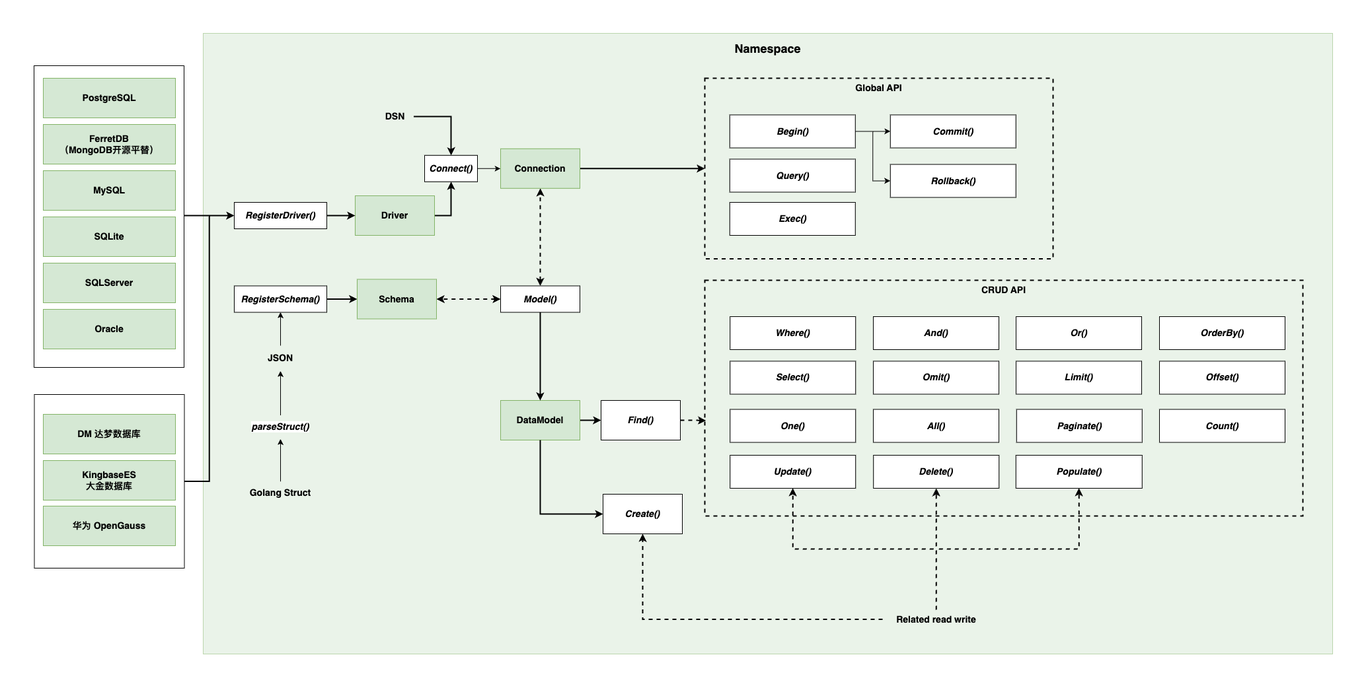
Earlier version of the draw.io export assets/architecture.png (iamdanielyin/dba). Source tidied: cells renumbered, new cells last; positions are measured from the earlier drawing's top-left corner, leaving out a move shared by most shapes.
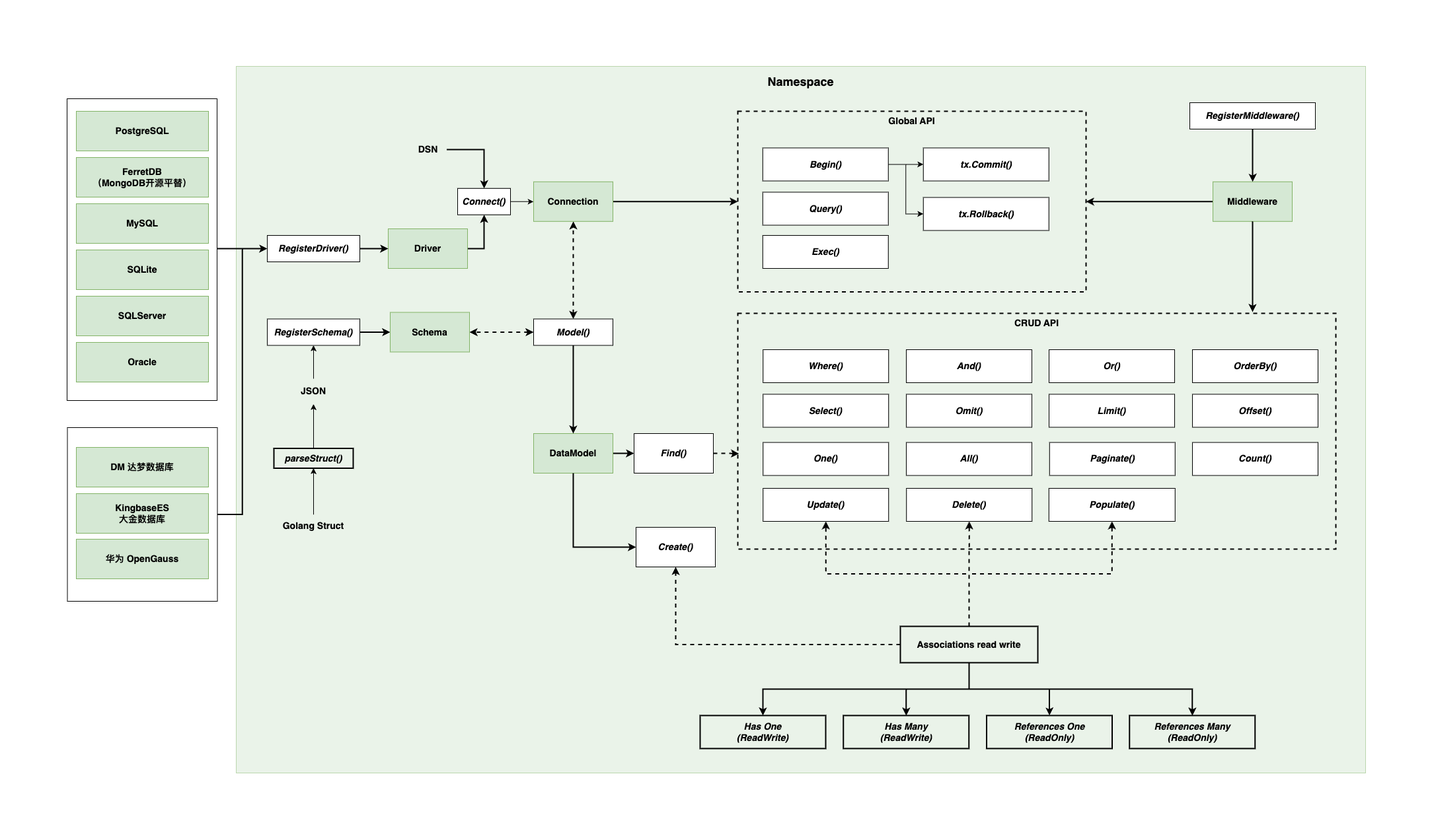
After the change.

Commit message:
chore: 更新设计文件

Change to the diagram source:
```diff
@@ -3,7 +3,7 @@
     <mxCell id="0" />
     <mxCell id="1" parent="0" />
     <mxCell id="2" value="Namespace" style="whiteSpace=wrap;html=1;verticalAlign=top;fontStyle=1;fillColor=#d5e8d4;strokeColor=#82b366;opacity=50;fillStyle=solid;spacing=8;fontSize=18;fontFamily=Helvetica;" parent="1" vertex="1">
-      <mxGeometry x="256" width="1709" height="940" as="geometry" />
+      <mxGeometry x="256" width="1709" height="1070" as="geometry" />
     </mxCell>
     <mxCell id="3" value="&lt;span style=&quot;&quot;&gt;CRUD API&lt;/span&gt;" style="rounded=0;whiteSpace=wrap;html=1;fontStyle=1;fontSize=14;verticalAlign=top;fillStyle=solid;align=center;fontFamily=Helvetica;labelBackgroundColor=none;fillColor=none;dashed=1;strokeWidth=2;" parent="1" vertex="1">
       <mxGeometry x="1015" y="374" width="905" height="357" as="geometry" />
@@ -88,8 +88,8 @@
     <mxCell id="29" style="edgeStyle=orthogonalEdgeStyle;rounded=0;hachureGap=4;jettySize=auto;html=1;fontFamily=Helvetica;fontSize=14;fontStyle=1;" parent="1" edge="1" source="30" target="8">
       <mxGeometry relative="1" as="geometry" />
     </mxCell>
-    <mxCell id="30" value="parseStruct()" style="rounded=0;whiteSpace=wrap;html=1;fontStyle=3;fontSize=14;strokeColor=none;fillColor=none;fontFamily=Helvetica;labelBackgroundColor=default;" parent="1" vertex="1">
-      <mxGeometry x="313" y="578.5" width="120" height="36" as="geometry" />
+    <mxCell id="30" value="parseStruct()" style="rounded=0;whiteSpace=wrap;html=1;fontStyle=3;fontSize=14;strokeColor=default;fillColor=none;fontFamily=Helvetica;labelBackgroundColor=none;strokeWidth=2;" parent="1" vertex="1">
+      <mxGeometry x="313" y="578.5" width="120" height="30" as="geometry" />
     </mxCell>
     <mxCell id="31" style="edgeStyle=orthogonalEdgeStyle;rounded=0;hachureGap=4;jettySize=auto;html=1;fontFamily=Helvetica;fontSize=14;fontStyle=1;exitX=1;exitY=0.5;exitDx=0;exitDy=0;strokeWidth=2;" parent="1" edge="1" source="32" target="11">
       <mxGeometry relative="1" as="geometry" />
@@ -124,10 +124,10 @@
     <mxCell id="41" value="Begin()" style="rounded=0;whiteSpace=wrap;html=1;fontStyle=3;fillStyle=solid;fontSize=14;align=center;verticalAlign=middle;fontFamily=Helvetica;" parent="1" vertex="1">
       <mxGeometry x="1052.8" y="123.5" width="190" height="50" as="geometry" />
     </mxCell>
-    <mxCell id="42" value="Rollback()" style="rounded=0;whiteSpace=wrap;html=1;fontStyle=3;fillStyle=solid;fontSize=14;align=center;verticalAlign=middle;fontFamily=Helvetica;" parent="1" vertex="1">
+    <mxCell id="42" value="tx.Rollback()" style="rounded=0;whiteSpace=wrap;html=1;fontStyle=3;fillStyle=solid;fontSize=14;align=center;verticalAlign=middle;fontFamily=Helvetica;" parent="1" vertex="1">
       <mxGeometry x="1295.8" y="198.5" width="190" height="50" as="geometry" />
     </mxCell>
-    <mxCell id="43" value="Commit()" style="rounded=0;whiteSpace=wrap;html=1;fontStyle=3;fillStyle=solid;fontSize=14;align=center;verticalAlign=middle;fontFamily=Helvetica;" parent="1" vertex="1">
+    <mxCell id="43" value="tx.Commit()" style="rounded=0;whiteSpace=wrap;html=1;fontStyle=3;fillStyle=solid;fontSize=14;align=center;verticalAlign=middle;fontFamily=Helvetica;" parent="1" vertex="1">
       <mxGeometry x="1295.8" y="123.5" width="190" height="50" as="geometry" />
     </mxCell>
     <mxCell id="44" value="Create()" style="rounded=0;whiteSpace=wrap;html=1;fontStyle=3;fontSize=14;fontFamily=Helvetica;fillColor=default;strokeColor=default;labelBackgroundColor=none;" parent="1" vertex="1">
@@ -193,8 +193,20 @@
     <mxCell id="64" style="edgeStyle=orthogonalEdgeStyle;rounded=0;jettySize=auto;html=1;exitX=0.5;exitY=0;exitDx=0;exitDy=0;dashed=1;strokeWidth=2;" parent="1" edge="1" source="65" target="53">
       <mxGeometry relative="1" as="geometry" />
     </mxCell>
+    <mxCell id="74" style="edgeStyle=orthogonalEdgeStyle;rounded=0;jettySize=auto;html=1;exitX=0.5;exitY=1;exitDx=0;exitDy=0;strokeWidth=2;" parent="1" edge="1" source="65" target="85">
+      <mxGeometry relative="1" as="geometry" />
+    </mxCell>
+    <mxCell id="75" style="edgeStyle=orthogonalEdgeStyle;rounded=0;jettySize=auto;html=1;strokeWidth=2;" parent="1" edge="1" source="65" target="83">
+      <mxGeometry relative="1" as="geometry" />
+    </mxCell>
+    <mxCell id="76" style="edgeStyle=orthogonalEdgeStyle;rounded=0;jettySize=auto;html=1;strokeWidth=2;" parent="1" edge="1" source="65" target="86">
+      <mxGeometry relative="1" as="geometry" />
+    </mxCell>
+    <mxCell id="77" style="edgeStyle=orthogonalEdgeStyle;rounded=0;jettySize=auto;html=1;exitX=0.5;exitY=1;exitDx=0;exitDy=0;strokeWidth=2;" parent="1" edge="1" source="65" target="84">
+      <mxGeometry relative="1" as="geometry" />
+    </mxCell>
-    <mxCell id="65" value="Related read write" style="rounded=0;whiteSpace=wrap;html=1;fontStyle=1;fontSize=14;fontFamily=Helvetica;fillColor=none;strokeColor=none;dashed=1;" parent="1" vertex="1">
-      <mxGeometry x="1284" y="873" width="162.5" height="29" as="geometry" />
+    <mxCell id="65" value="Associations read write" style="rounded=0;whiteSpace=wrap;html=1;fontStyle=1;fontSize=14;fontFamily=Helvetica;fillColor=none;strokeColor=default;strokeWidth=2;" parent="1" vertex="1">
+      <mxGeometry x="1261" y="848" width="208" height="55" as="geometry" />
     </mxCell>
     <mxCell id="66" style="edgeStyle=orthogonalEdgeStyle;rounded=0;jettySize=auto;html=1;fontStyle=1;strokeWidth=2;" parent="1" edge="1" source="67" target="4">
       <mxGeometry relative="1" as="geometry" />
@@ -220,5 +232,34 @@
     <mxCell id="73" value="华为 OpenGauss" style="rounded=0;whiteSpace=wrap;html=1;fontStyle=1;fillColor=#d5e8d4;strokeColor=#82b366;fillStyle=solid;fontSize=14;fontFamily=Helvetica;" parent="1" vertex="1">
       <mxGeometry x="14" y="716" width="200" height="60" as="geometry" />
     </mxCell>
+    <mxCell id="78" style="edgeStyle=orthogonalEdgeStyle;rounded=0;hachureGap=4;jettySize=auto;html=1;fontFamily=Architects Daughter;fontSource=https%3A%2F%2Ffonts.googleapis.com%2Fcss%3Ffamily%3DArchitects%2BDaughter;strokeWidth=2;" parent="1" edge="1" source="79" target="4">
+      <mxGeometry relative="1" as="geometry" />
+    </mxCell>
+    <mxCell id="79" value="Middleware" style="rounded=0;whiteSpace=wrap;html=1;fontStyle=1;fillColor=#D5E8D4;strokeColor=#82B366;fillStyle=solid;fontSize=14;fontFamily=Helvetica;" parent="1" vertex="1">
+      <mxGeometry x="1734" y="174.8" width="120" height="60" as="geometry" />
+    </mxCell>
+    <mxCell id="80" style="edgeStyle=orthogonalEdgeStyle;rounded=0;jettySize=auto;html=1;strokeWidth=2;" parent="1" edge="1" source="79">
+      <mxGeometry relative="1" as="geometry">
+        <mxPoint x="1794" y="372" as="targetPoint" />
+      </mxGeometry>
+    </mxCell>
+    <mxCell id="81" style="edgeStyle=orthogonalEdgeStyle;rounded=0;jettySize=auto;html=1;strokeWidth=2;" parent="1" edge="1" source="82" target="79">
+      <mxGeometry relative="1" as="geometry" />
+    </mxCell>
+    <mxCell id="82" value="&lt;span style=&quot;&quot;&gt;RegisterMiddleware()&lt;/span&gt;" style="rounded=0;whiteSpace=wrap;html=1;fontStyle=3;fillColor=default;strokeColor=default;fillStyle=solid;fontSize=14;align=center;verticalAlign=middle;fontFamily=Helvetica;fontColor=default;" parent="1" vertex="1">
+      <mxGeometry x="1699" y="55" width="190" height="40" as="geometry" />
+    </mxCell>
+    <mxCell id="83" value="Has Many&lt;div&gt;(ReadWrite)&lt;br&gt;&lt;/div&gt;" style="rounded=0;whiteSpace=wrap;html=1;fontStyle=3;fontSize=14;fontFamily=Helvetica;strokeWidth=2;fillColor=none;" parent="1" vertex="1">
+      <mxGeometry x="1174.8" y="983" width="190" height="50" as="geometry" />
+    </mxCell>
+    <mxCell id="84" value="References Many&lt;div&gt;(ReadOnly)&lt;br&gt;&lt;/div&gt;" style="rounded=0;whiteSpace=wrap;html=1;fontStyle=3;fontSize=14;fontFamily=Helvetica;strokeWidth=2;fillColor=none;" parent="1" vertex="1">
+      <mxGeometry x="1607.8" y="983" width="190" height="50" as="geometry" />
+    </mxCell>
+    <mxCell id="85" value="Has One&lt;div&gt;(ReadWrite)&lt;/div&gt;" style="rounded=0;whiteSpace=wrap;html=1;fontStyle=3;fontSize=14;fontFamily=Helvetica;strokeWidth=2;fillColor=none;" parent="1" vertex="1">
+      <mxGeometry x="958" y="983" width="190" height="50" as="geometry" />
+    </mxCell>
+    <mxCell id="86" value="References One&lt;div&gt;(ReadOnly)&lt;br&gt;&lt;/div&gt;" style="rounded=0;whiteSpace=wrap;html=1;fontStyle=3;fontSize=14;fontFamily=Helvetica;strokeWidth=2;fillColor=none;" parent="1" vertex="1">
+      <mxGeometry x="1391.5" y="983" width="190" height="50" as="geometry" />
+    </mxCell>
   </root>
 </mxGraphModel>
```
